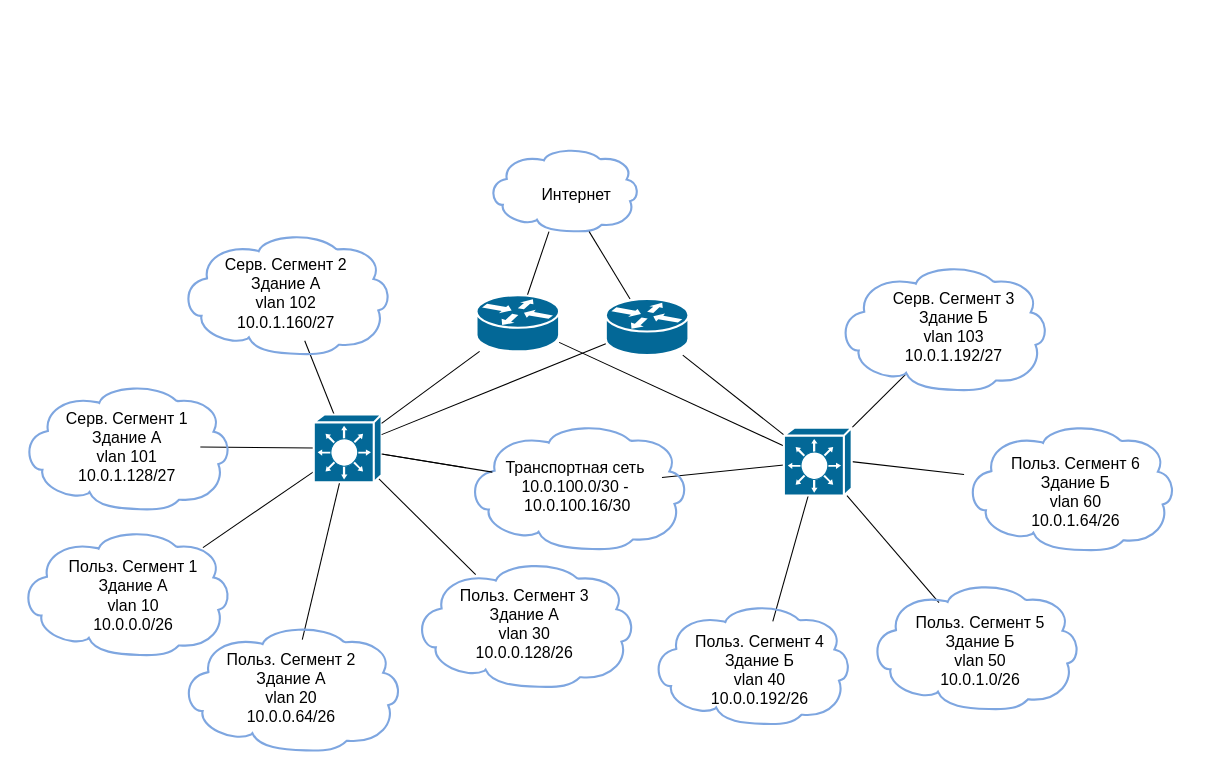
SwiftyKey/Study keeps this draw.io diagram as page "Схема функциональной структуры" (2 of 3) of Сети/КП/Схемы/схемы.drawio. Above is the earlier version. Source tidied: cells renumbered, new cells numbered last; positions are measured from the earlier drawing's top-left corner, leaving out a move shared by most shapes. Both pictures are drawn from the tidied source at 106%, with x=0, y=0 at pixel (19, 146).
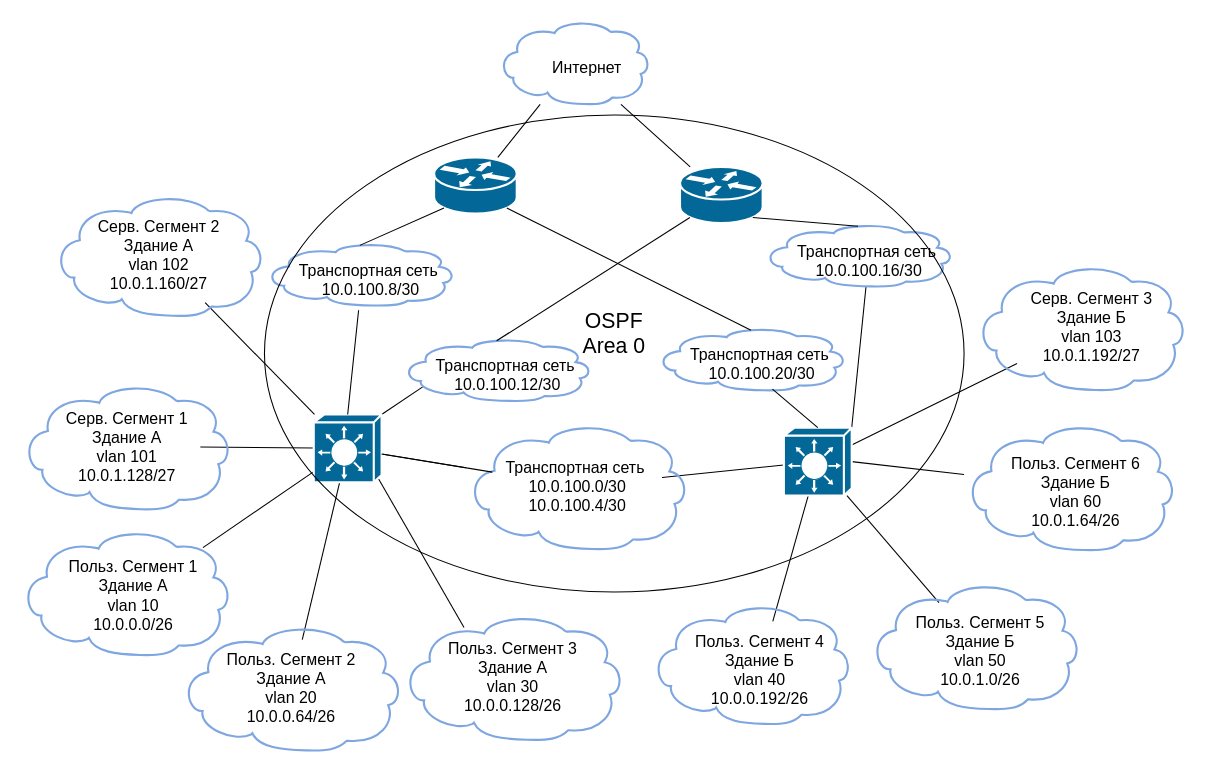
After the change.

The change refers to these unchanged cells:
```xml
<mxCell id="11" style="shape=mxgraph.cisco.switches.layer_3_switch;sketch=0;html=1;dashed=0;fillColor=#036897;strokeColor=#ffffff;strokeWidth=2;verticalLabelPosition=bottom;verticalAlign=top;align=center;outlineConnect=0;fontSize=15;fontColor=#000000;" parent="1" vertex="1">
  <mxGeometry x="277.5" y="252.5" width="64" height="64" as="geometry" />
</mxCell>
<mxCell id="43" style="shape=mxgraph.cisco.switches.layer_3_switch;sketch=0;html=1;dashed=0;fillColor=#036897;strokeColor=#ffffff;strokeWidth=2;verticalLabelPosition=bottom;verticalAlign=top;align=center;outlineConnect=0;fontSize=15;fontColor=#000000;" parent="1" vertex="1">
  <mxGeometry x="721" y="265" width="64" height="64" as="geometry" />
</mxCell>
<mxCell id="44" style="group;" parent="1" vertex="1">
  <mxGeometry x="421" y="260" width="210" height="120" as="geometry" />
</mxCell>
```

Change to the diagram source:
```diff
@@
+    <mxCell id="57" style="rounded=0;jettySize=auto;html=1;exitX=1;exitY=0;exitDx=0;exitDy=0;exitPerimeter=0;endArrow=none;endFill=0;entryX=0.004;entryY=0.724;entryDx=0;entryDy=0;entryPerimeter=0;" parent="1" edge="1" source="11" target="67">
+      <mxGeometry relative="1" as="geometry" />
+    </mxCell>
@@
-    <mxCell id="13" style="edgeStyle=none;rounded=0;jettySize=auto;html=1;endArrow=none;endFill=0;" parent="1" edge="1" source="16" target="11">
-      <mxGeometry relative="1" as="geometry" />
-    </mxCell>
-    <mxCell id="14" style="edgeStyle=none;rounded=0;jettySize=auto;html=1;endArrow=none;endFill=0;" parent="1" edge="1" source="50" target="43">
-      <mxGeometry relative="1" as="geometry" />
-    </mxCell>
-    <mxCell id="15" style="edgeStyle=none;rounded=0;jettySize=auto;html=1;endArrow=none;endFill=0;" parent="1" edge="1" source="16" target="43">
-      <mxGeometry relative="1" as="geometry" />
-    </mxCell>
     <mxCell id="16" style="shape=mxgraph.cisco.routers.router;sketch=0;html=1;dashed=0;fillColor=#036897;strokeColor=#ffffff;strokeWidth=2;verticalLabelPosition=bottom;verticalAlign=top;align=center;outlineConnect=0;fontSize=15;fontColor=#000000;" parent="1" vertex="1">
-      <mxGeometry x="431" y="140" width="78" height="53" as="geometry" />
+      <mxGeometry x="391" y="10" width="78" height="53" as="geometry" />
     </mxCell>
@@
     <mxCell id="32" style="group;" parent="1" vertex="1">
-      <mxGeometry x="151" y="80" width="200" height="116" as="geometry" />
+      <mxGeometry x="31" y="44" width="200" height="116" as="geometry" />
     </mxCell>
@@
     <mxCell id="35" style="group;" parent="1" vertex="1">
-      <mxGeometry x="771" y="110" width="200" height="120" as="geometry" />
+      <mxGeometry x="901" y="110" width="200" height="120" as="geometry" />
     </mxCell>
@@
     <mxCell id="38" style="group;" parent="1" vertex="1">
-      <mxGeometry x="441" width="144" height="80" as="geometry" />
+      <mxGeometry x="451" y="-120" width="144" height="80" as="geometry" />
     </mxCell>
@@
+    <mxCell id="58" style="rounded=0;jettySize=auto;html=1;exitX=1;exitY=0;exitDx=0;exitDy=0;exitPerimeter=0;endArrow=none;endFill=0;" parent="1" edge="1" source="43" target="61">
+      <mxGeometry relative="1" as="geometry" />
+    </mxCell>
@@
-    <mxCell id="46" value="&lt;font color=&quot;#000000&quot;&gt;Транспортная сеть&amp;nbsp;&lt;br&gt;10.0.100.0/30 -&amp;nbsp;&lt;br&gt;10.0.100.16/30&lt;br&gt;&lt;/font&gt;" style="text;html=1;align=center;verticalAlign=middle;points=[];strokeColor=none;fillColor=none;fontSize=15;fontColor=#FFFFFF;" parent="44" vertex="1">
+    <mxCell id="46" value="&lt;font color=&quot;#000000&quot;&gt;Транспортная сеть&amp;nbsp;&lt;br&gt;10.0.100.0/30&lt;br&gt;10.0.100.4/30&lt;br&gt;&lt;/font&gt;" style="text;html=1;align=center;verticalAlign=middle;points=[];strokeColor=none;fillColor=none;fontSize=15;fontColor=#FFFFFF;" parent="44" vertex="1">
       <mxGeometry x="25" y="25" width="160" height="70" as="geometry" />
     </mxCell>
@@
-    <mxCell id="49" style="edgeStyle=none;rounded=0;jettySize=auto;html=1;endArrow=none;endFill=0;" parent="1" edge="1" source="50" target="11">
-      <mxGeometry relative="1" as="geometry" />
-    </mxCell>
     <mxCell id="50" style="shape=mxgraph.cisco.routers.router;sketch=0;html=1;dashed=0;fillColor=#036897;strokeColor=#ffffff;strokeWidth=2;verticalLabelPosition=bottom;verticalAlign=top;align=center;outlineConnect=0;fontSize=15;fontColor=#000000;" parent="1" vertex="1">
-      <mxGeometry x="553" y="143.5" width="78" height="53" as="geometry" />
+      <mxGeometry x="623" y="19" width="78" height="53" as="geometry" />
     </mxCell>
     <mxCell id="51" style="group;" parent="1" vertex="1">
-      <mxGeometry x="371" y="390" width="210" height="120" as="geometry" />
+      <mxGeometry x="360" y="440" width="210" height="120" as="geometry" />
     </mxCell>
@@
+    <mxCell id="59" style="group;" parent="1" vertex="1">
+      <mxGeometry x="701" y="72" width="180" height="60" as="geometry" />
+    </mxCell>
+    <mxCell id="60" style="shape=mxgraph.cisco.storage.cloud;sketch=0;html=1;dashed=0;fillColor=none;strokeColor=#7EA6E0;strokeWidth=2;verticalLabelPosition=bottom;verticalAlign=top;align=center;outlineConnect=0;fontSize=15;fontColor=#000000;fillStyle=solid;" parent="59" vertex="1">
+      <mxGeometry width="180" height="60" as="geometry" />
+    </mxCell>
+    <mxCell id="61" value="&lt;font color=&quot;#000000&quot;&gt;Транспортная сеть&amp;nbsp;&lt;br&gt;10.0.100.16/30&lt;br&gt;&lt;/font&gt;" style="text;html=1;align=center;verticalAlign=middle;points=[];strokeColor=none;fillColor=none;fontSize=15;fontColor=#FFFFFF;" parent="59" vertex="1">
+      <mxGeometry x="20" y="10" width="160" height="50" as="geometry" />
+    </mxCell>
+    <mxCell id="62" style="group;" parent="1" vertex="1">
+      <mxGeometry x="600" y="170" width="180" height="60" as="geometry" />
+    </mxCell>
+    <mxCell id="63" style="shape=mxgraph.cisco.storage.cloud;sketch=0;html=1;dashed=0;fillColor=none;strokeColor=#7EA6E0;strokeWidth=2;verticalLabelPosition=bottom;verticalAlign=top;align=center;outlineConnect=0;fontSize=15;fontColor=#000000;fillStyle=solid;" parent="62" vertex="1">
+      <mxGeometry width="180" height="60" as="geometry" />
+    </mxCell>
+    <mxCell id="64" value="&lt;font color=&quot;#000000&quot;&gt;Транспортная сеть&amp;nbsp;&lt;br&gt;10.0.100.20/30&lt;br&gt;&lt;/font&gt;" style="text;html=1;align=center;verticalAlign=middle;points=[];strokeColor=none;fillColor=none;fontSize=15;fontColor=#FFFFFF;" parent="62" vertex="1">
+      <mxGeometry x="20" y="10" width="160" height="50" as="geometry" />
+    </mxCell>
+    <mxCell id="65" style="group;" parent="1" vertex="1">
+      <mxGeometry x="360" y="180" width="180" height="60" as="geometry" />
+    </mxCell>
+    <mxCell id="66" style="shape=mxgraph.cisco.storage.cloud;sketch=0;html=1;dashed=0;fillColor=none;strokeColor=#7EA6E0;strokeWidth=2;verticalLabelPosition=bottom;verticalAlign=top;align=center;outlineConnect=0;fontSize=15;fontColor=#000000;fillStyle=solid;" parent="65" vertex="1">
+      <mxGeometry width="180" height="60" as="geometry" />
+    </mxCell>
+    <mxCell id="67" value="&lt;font color=&quot;#000000&quot;&gt;Транспортная сеть&amp;nbsp;&lt;br&gt;10.0.100.12/30&lt;br&gt;&lt;/font&gt;" style="text;html=1;align=center;verticalAlign=middle;points=[];strokeColor=none;fillColor=none;fontSize=15;fontColor=#FFFFFF;" parent="65" vertex="1">
+      <mxGeometry x="20" y="10" width="160" height="50" as="geometry" />
+    </mxCell>
+    <mxCell id="68" style="group;" parent="1" vertex="1">
+      <mxGeometry x="231" y="90" width="180" height="60" as="geometry" />
+    </mxCell>
+    <mxCell id="69" style="shape=mxgraph.cisco.storage.cloud;sketch=0;html=1;dashed=0;fillColor=none;strokeColor=#7EA6E0;strokeWidth=2;verticalLabelPosition=bottom;verticalAlign=top;align=center;outlineConnect=0;fontSize=15;fontColor=#000000;fillStyle=solid;" parent="68" vertex="1">
+      <mxGeometry width="180" height="60" as="geometry" />
+    </mxCell>
+    <mxCell id="70" value="&lt;font color=&quot;#000000&quot;&gt;Транспортная сеть&amp;nbsp;&lt;br&gt;10.0.100.8/30&lt;br&gt;&lt;/font&gt;" style="text;html=1;align=center;verticalAlign=middle;points=[];strokeColor=none;fillColor=none;fontSize=15;fontColor=#FFFFFF;" parent="68" vertex="1">
+      <mxGeometry x="20" y="10" width="160" height="50" as="geometry" />
+    </mxCell>
+    <mxCell id="71" style="rounded=0;jettySize=auto;html=1;exitX=0.5;exitY=0;exitDx=0;exitDy=0;exitPerimeter=0;entryX=0.43;entryY=1.084;entryDx=0;entryDy=0;entryPerimeter=0;endArrow=none;endFill=0;" parent="1" edge="1" source="11" target="70">
+      <mxGeometry relative="1" as="geometry" />
+    </mxCell>
+    <mxCell id="72" style="rounded=0;jettySize=auto;html=1;exitX=0.5;exitY=0.05;exitDx=0;exitDy=0;exitPerimeter=0;entryX=0.12;entryY=0.9;entryDx=0;entryDy=0;entryPerimeter=0;endArrow=none;endFill=0;" parent="1" edge="1" source="69" target="16">
+      <mxGeometry relative="1" as="geometry" />
+    </mxCell>
+    <mxCell id="73" style="rounded=0;jettySize=auto;html=1;exitX=0.5;exitY=0.05;exitDx=0;exitDy=0;exitPerimeter=0;entryX=0.12;entryY=0.9;entryDx=0;entryDy=0;entryPerimeter=0;endArrow=none;endFill=0;" parent="1" edge="1" source="66" target="50">
+      <mxGeometry relative="1" as="geometry" />
+    </mxCell>
+    <mxCell id="74" style="rounded=0;jettySize=auto;html=1;exitX=0.5;exitY=0.05;exitDx=0;exitDy=0;exitPerimeter=0;entryX=0.88;entryY=0.9;entryDx=0;entryDy=0;entryPerimeter=0;endArrow=none;endFill=0;" parent="1" edge="1" source="60" target="50">
+      <mxGeometry relative="1" as="geometry" />
+    </mxCell>
+    <mxCell id="75" style="rounded=0;jettySize=auto;html=1;exitX=0.5;exitY=0;exitDx=0;exitDy=0;exitPerimeter=0;entryX=0.564;entryY=0.972;entryDx=0;entryDy=0;entryPerimeter=0;endArrow=none;endFill=0;" parent="1" edge="1" source="43" target="64">
+      <mxGeometry relative="1" as="geometry" />
+    </mxCell>
+    <mxCell id="76" style="rounded=0;jettySize=auto;html=1;exitX=0.5;exitY=0.05;exitDx=0;exitDy=0;exitPerimeter=0;entryX=0.88;entryY=0.9;entryDx=0;entryDy=0;entryPerimeter=0;endArrow=none;endFill=0;" parent="1" edge="1" source="63" target="16">
+      <mxGeometry relative="1" as="geometry" />
+    </mxCell>
+    <mxCell id="77" style="ellipse;whiteSpace=wrap;html=1;strokeColor=default;fillColor=none;" parent="1" vertex="1">
+      <mxGeometry x="231" y="-30" width="660" height="450" as="geometry" />
+    </mxCell>
+    <mxCell id="78" value="&lt;font style=&quot;font-size: 20px;&quot;&gt;OSPF Area 0&lt;/font&gt;" style="text;html=1;whiteSpace=wrap;strokeColor=none;fillColor=none;align=center;verticalAlign=middle;rounded=0;" parent="1" vertex="1">
+      <mxGeometry x="511" y="160" width="100" height="30" as="geometry" />
+    </mxCell>
```
